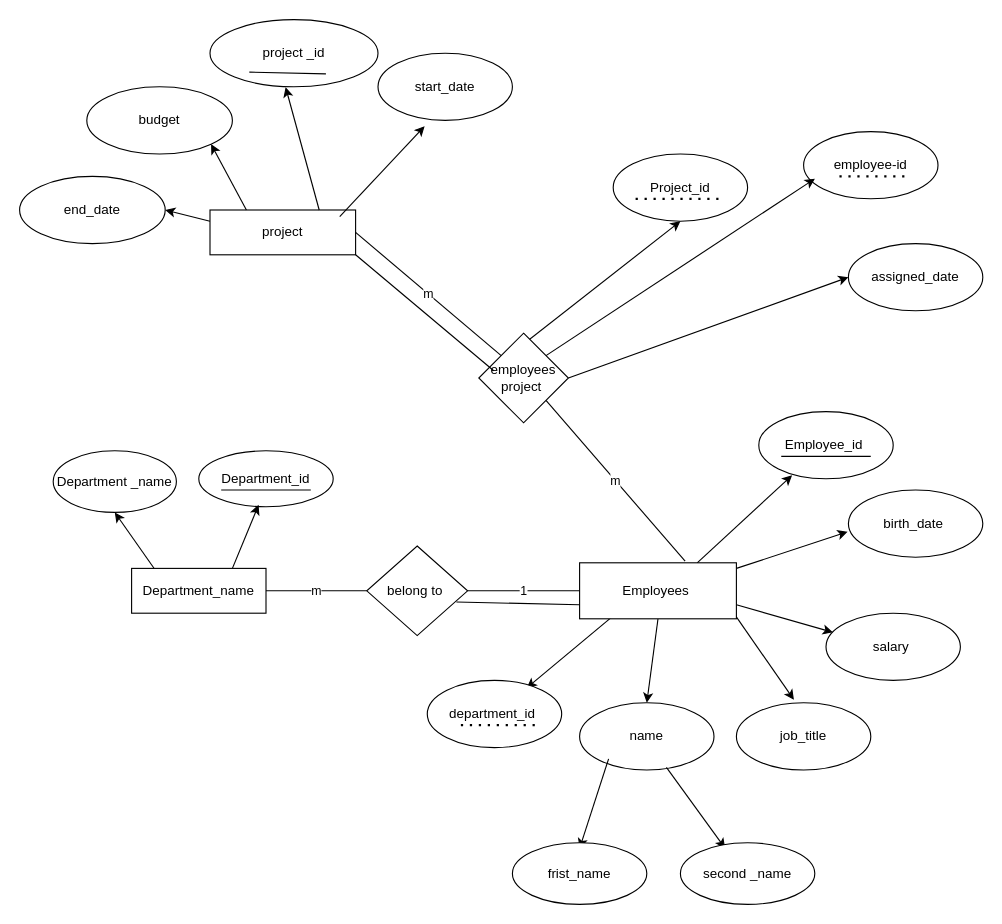
Above: erd.drawio in tahamokhtar/database (draw.io), before the change. Source tidied: cells renumbered, new cells numbered last; positions are measured from the earlier drawing's top-left corner, leaving out a move shared by most shapes. Both pictures are drawn from the tidied source at 112%, with x=0, y=0 at pixel (19, 19).
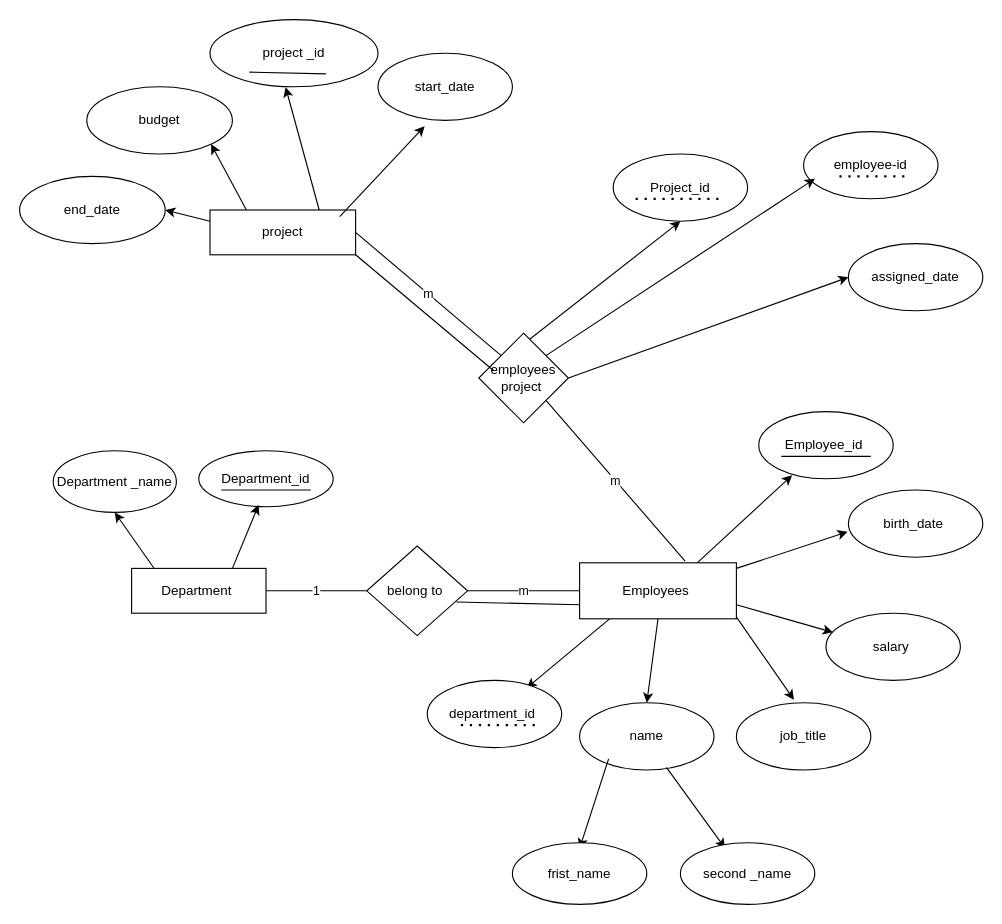
After the change.

Unchanged cells that the change refers to:
```xml
<mxCell id="24" value="Employees&amp;nbsp;" style="rounded=0;whiteSpace=wrap;html=1;" parent="1" vertex="1">
  <mxGeometry x="500" y="485" width="140" height="50" as="geometry" />
</mxCell>
<mxCell id="42" value="belong to&amp;nbsp;" style="rhombus;whiteSpace=wrap;html=1;" parent="1" vertex="1">
  <mxGeometry x="310" y="470" width="90" height="80" as="geometry" />
</mxCell>
```

Diff of the diagram source:
```diff
@@
-    <mxCell id="6" value="Department_name" style="rounded=0;whiteSpace=wrap;html=1;" parent="1" vertex="1">
+    <mxCell id="6" value="Department&amp;nbsp;" style="rounded=0;whiteSpace=wrap;html=1;" parent="1" vertex="1">
       <mxGeometry x="100" y="490" width="120" height="40" as="geometry" />
     </mxCell>
@@
-    <mxCell id="43" value="m" style="endArrow=none;html=1;rounded=0;exitX=1;exitY=0.5;exitDx=0;exitDy=0;entryX=0;entryY=0.5;entryDx=0;entryDy=0;" parent="1" edge="1" source="6" target="42">
+    <mxCell id="43" value="1" style="endArrow=none;html=1;rounded=0;exitX=1;exitY=0.5;exitDx=0;exitDy=0;entryX=0;entryY=0.5;entryDx=0;entryDy=0;" parent="1" edge="1" source="6" target="42">
       <mxGeometry relative="1" as="geometry" />
     </mxCell>
-    <mxCell id="44" value="1" style="endArrow=none;html=1;rounded=0;entryX=0;entryY=0.5;entryDx=0;entryDy=0;exitX=1;exitY=0.5;exitDx=0;exitDy=0;" parent="1" edge="1" source="42" target="24">
+    <mxCell id="44" value="m" style="endArrow=none;html=1;rounded=0;entryX=0;entryY=0.5;entryDx=0;entryDy=0;exitX=1;exitY=0.5;exitDx=0;exitDy=0;" parent="1" edge="1" source="42" target="24">
       <mxGeometry relative="1" as="geometry" />
     </mxCell>
```
